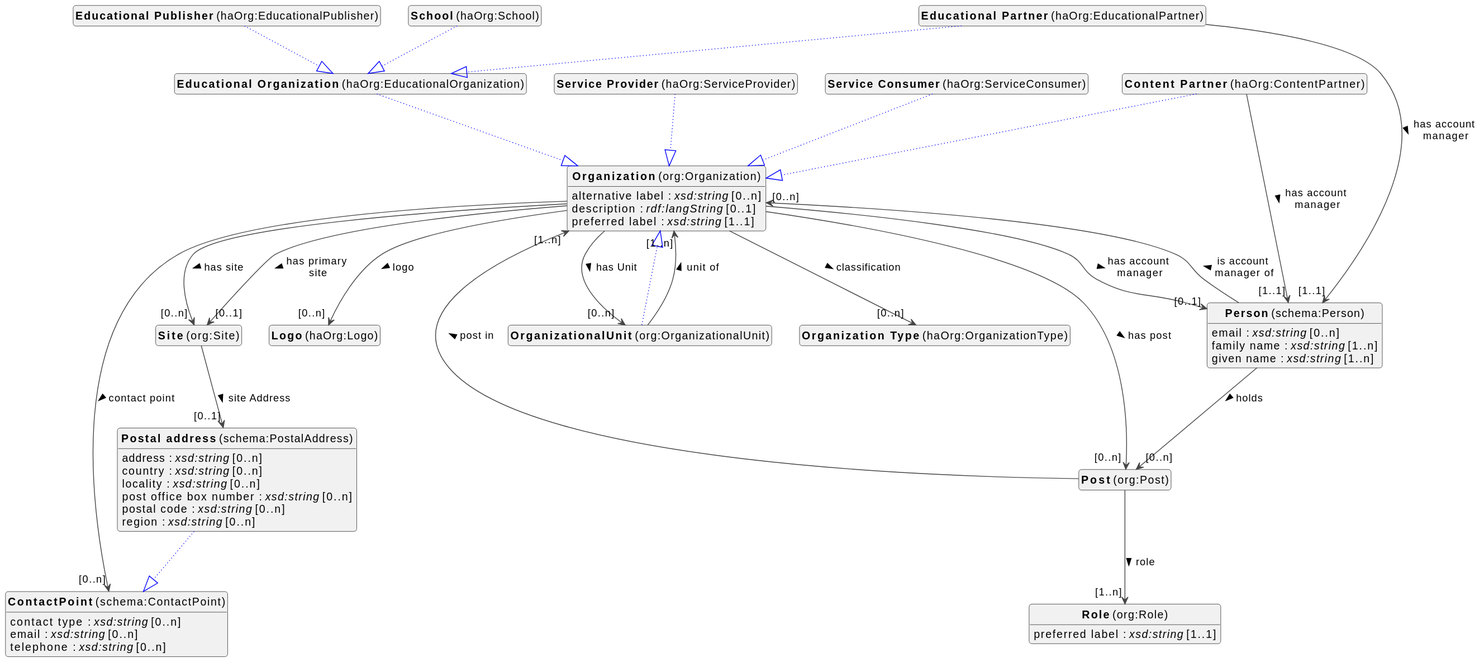
Above: docs/metadata/modellen/0.0.1/organization-diagram.svg in viaacode/documentation-jekyll (PlantUML), before the change.
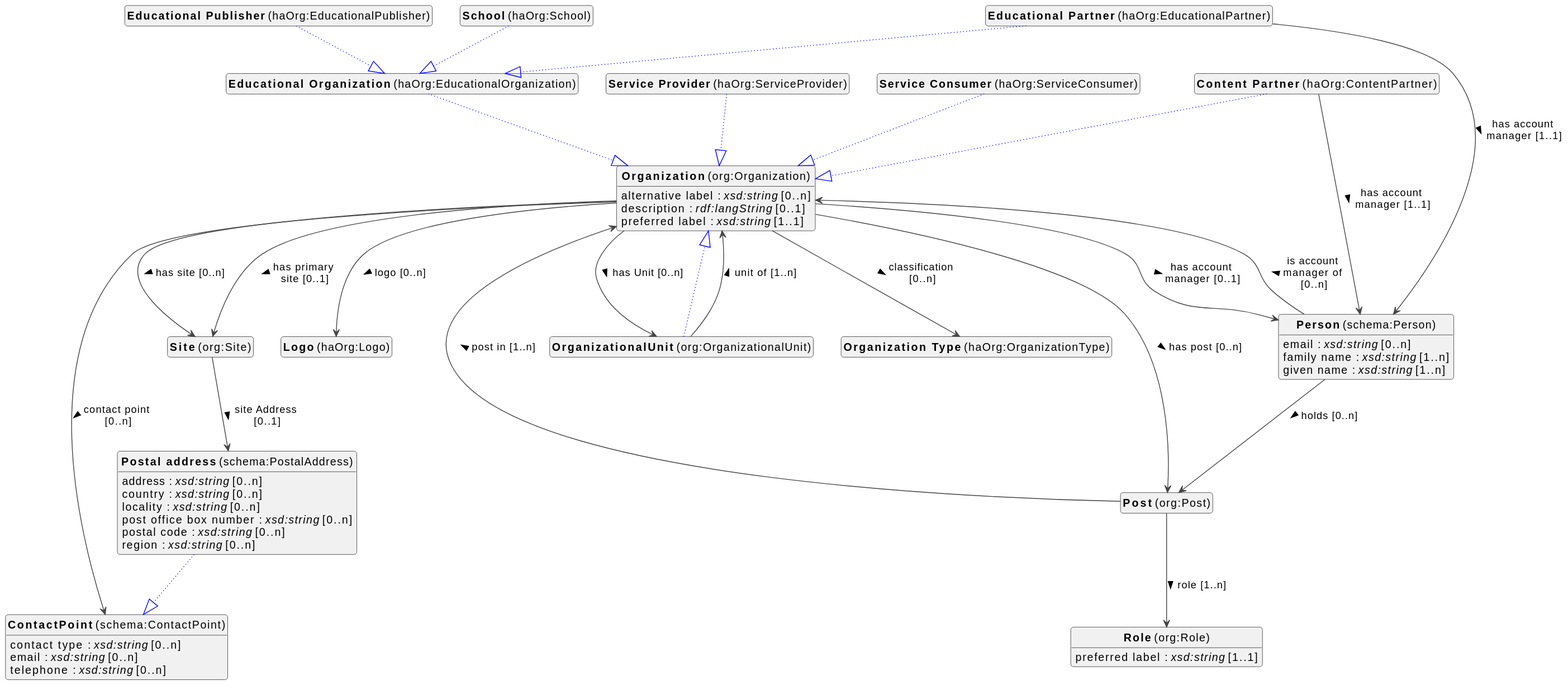
Above is the later version.

What changed in the source:
```diff
@@ -39,36 +39,36 @@
 org_Organization : alternative label : <i>xsd:string</i> [0..n]
 
 
-org_Organization --> "[0..n]" haOrg_OrganizationType : classification >
+org_Organization --> haOrg_OrganizationType : classification [0..n] >
 
-org_Organization --> "[0..n]" schema_ContactPoint : contact point >
+org_Organization --> schema_ContactPoint : contact point [0..n] >
 org_Organization : description : <i>rdf:langString</i> [0..1]
 
 
-org_Organization --> "[0..n]" org_OrganizationalUnit : has Unit >
+org_Organization --> org_OrganizationalUnit : has Unit [0..n] >
 
-org_Organization --> "[0..1]" schema_Person : has account manager >
+org_Organization --> schema_Person : has account manager [0..1] >
 
-org_Organization --> "[0..n]" org_Post : has post >
+org_Organization --> org_Post : has post [0..n] >
 
-org_Organization --> "[0..1]" org_Site : has primary site >
+org_Organization --> org_Site : has primary site [0..1] >
 
-org_Organization --> "[0..n]" org_Site : has site >
+org_Organization --> org_Site : has site [0..n] >
 
 
-org_Organization --> "[0..n]" haOrg_Logo : logo >
+org_Organization --> haOrg_Logo : logo [0..n] >
 org_Organization : preferred label : <i>xsd:string</i> [1..1]
 
 
 org_OrganizationalUnit --|> org_Organization #blue;line.dotted;text:blue
 
 
-org_OrganizationalUnit --> "[1..n]" org_Organization : unit of >
+org_OrganizationalUnit --> org_Organization : unit of [1..n] >
 
 haOrg_ContentPartner --|> org_Organization #blue;line.dotted;text:blue
 
 
-haOrg_ContentPartner --> "[1..1]" schema_Person : has account manager >
+haOrg_ContentPartner --> schema_Person : has account manager [1..1] >
 
 haOrg_ServiceProvider --|> org_Organization #blue;line.dotted;text:blue
 
@@ -82,7 +82,7 @@
 haOrg_EducationalPartner --|> haOrg_EducationalOrganization #blue;line.dotted;text:blue
 
 
-haOrg_EducationalPartner --> "[1..1]" schema_Person : has account manager >
+haOrg_EducationalPartner --> schema_Person : has account manager [1..1] >
 
 haOrg_EducationalPublisher --|> haOrg_EducationalOrganization #blue;line.dotted;text:blue
 
@@ -92,13 +92,13 @@
 
 
 
-org_Site --> "[0..1]" schema_PostalAddress : site Address >
+org_Site --> schema_PostalAddress : site Address [0..1] >
 
 
 
-org_Post --> "[1..n]" org_Organization : post in >
+org_Post --> org_Organization : post in [1..n] >
 
-org_Post --> "[1..n]" org_Role : role >
+org_Post --> org_Role : role [1..n] >
 
 
 org_Role : preferred label : <i>xsd:string</i> [1..1]
@@ -112,9 +112,9 @@
 schema_Person : given name : <i>xsd:string</i> [1..n]
 
 
-schema_Person --> "[0..n]" org_Post : holds >
+schema_Person --> org_Post : holds [0..n] >
 
-schema_Person --> "[0..n]" org_Organization : is account manager of >
+schema_Person --> org_Organization : is account manager of [0..n] >
 
 schema_PostalAddress --|> schema_ContactPoint #blue;line.dotted;text:blue
 
```
